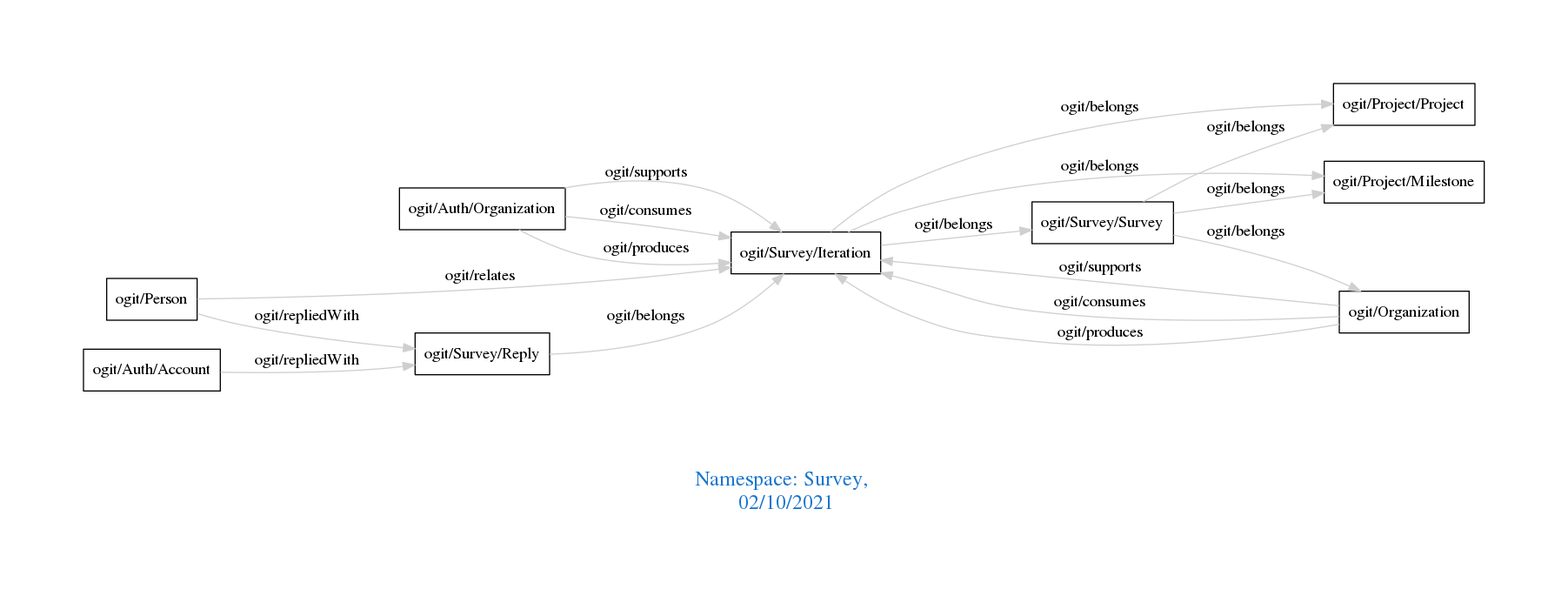
This is downloads/Survey.png from arago/OGIT, a Graphviz export, as it was before one commit. Its source is kept beside it as downloads/Survey.dot.
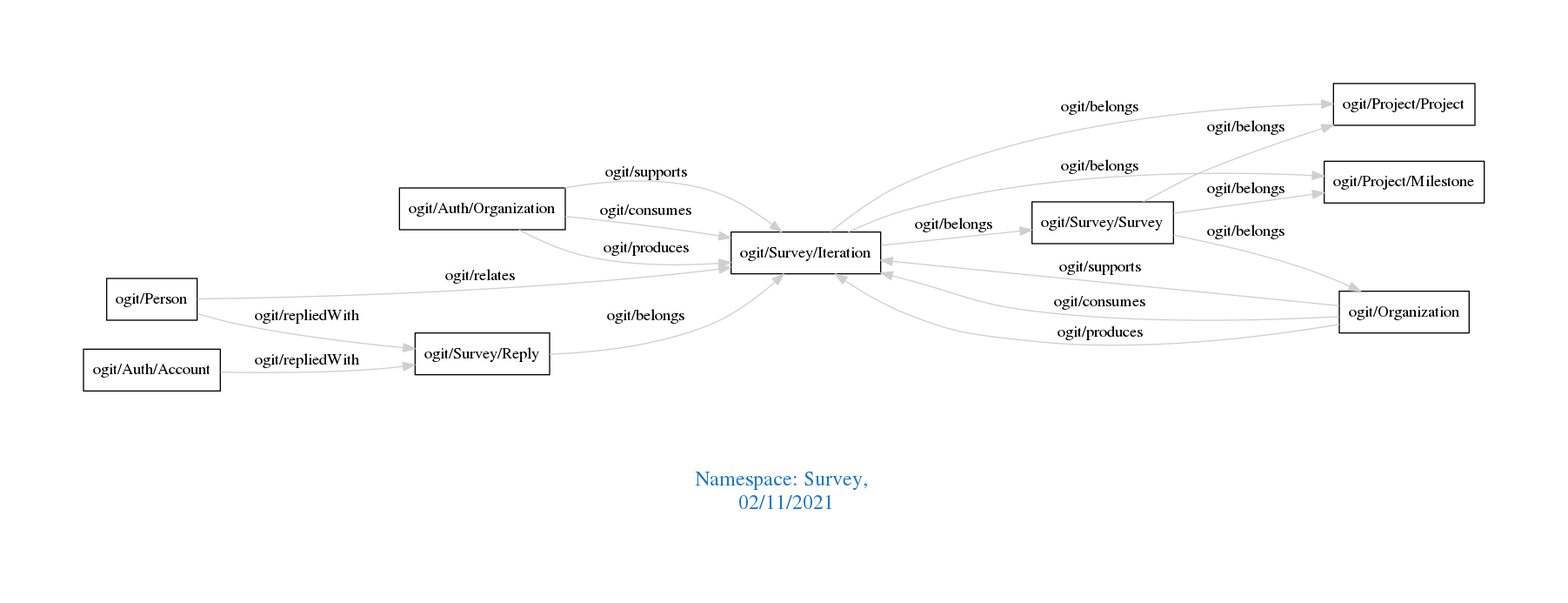
The same diagram one commit later.

What changed in the source:
```diff
@@ -1,7 +1,7 @@
 digraph OGIT_ontology {
  graph [ rankdir= LR,pad=1
 fontsize = 18,
-fontcolor= dodgerblue3,label = "\n\n\nNamespace: Survey, \n 02/10/2021"];
+fontcolor= dodgerblue3,label = "\n\n\nNamespace: Survey, \n 02/11/2021"];
 node[shape=polygon];
 edge [  color="gray81"];
 
```
